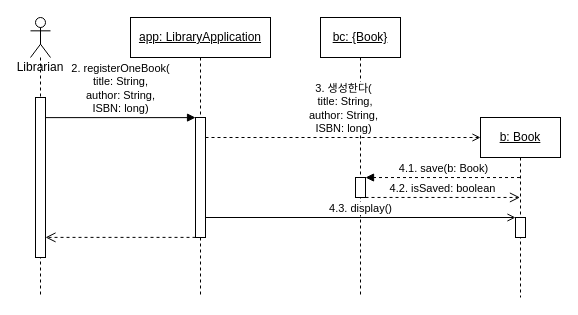
Above: UML/SD2 Register one book.drawio in Halozhan/2023-2-LibraryApplication (draw.io), before the change. Source tidied: cells renumbered, new cells numbered last; positions are measured from the earlier drawing's top-left corner, leaving out a move shared by most shapes. Both pictures are drawn from the tidied source at 100%, with x=0, y=0 at pixel (30, 17).
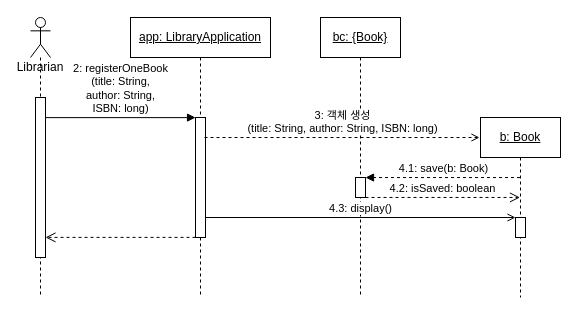
After the change.

The edit, as a diff of the source:
```diff
@@
 <mxGraphModel>
   <root>
     <mxCell id="0" />
     <mxCell id="1" parent="0" />
     <mxCell id="2" value="5. isRegistered: boolean" style="html=1;verticalAlign=bottom;endArrow=open;dashed=1;endSize=8;exitX=0.003;exitY=0.999;fontColor=#FFFFFF;exitDx=0;exitDy=0;exitPerimeter=0;" parent="1" edge="1" source="4" target="15">
       <mxGeometry relative="1" as="geometry" />
     </mxCell>
     <mxCell id="3" value="&lt;u&gt;app: LibraryApplication&lt;/u&gt;" style="shape=umlLifeline;perimeter=lifelinePerimeter;whiteSpace=wrap;html=1;" parent="1" vertex="1">
       <mxGeometry x="100" width="140" height="280" as="geometry" />
     </mxCell>
     <mxCell id="4" style="html=1;points=[];perimeter=orthogonalPerimeter;fontColor=#FFFFFF;" parent="3" vertex="1">
       <mxGeometry x="65" y="100" width="10" height="120" as="geometry" />
     </mxCell>
     <mxCell id="5" value="&lt;u&gt;bc: {Book}&lt;/u&gt;" style="shape=umlLifeline;perimeter=lifelinePerimeter;whiteSpace=wrap;html=1;" parent="1" vertex="1">
       <mxGeometry x="290" width="80" height="280" as="geometry" />
     </mxCell>
     <mxCell id="6" style="html=1;points=[];perimeter=orthogonalPerimeter;" parent="5" vertex="1">
       <mxGeometry x="35" y="160" width="10" height="20" as="geometry" />
     </mxCell>
-    <mxCell id="7" value="&lt;div&gt;2. registerOneBook(&lt;/div&gt;&lt;div&gt;title: String,&lt;/div&gt;&lt;div&gt;author: String,&lt;/div&gt;&lt;div&gt;ISBN: long)&lt;/div&gt;" style="html=1;verticalAlign=bottom;endArrow=block;entryX=0.003;entryY=0.001;entryDx=0;entryDy=0;entryPerimeter=0;" parent="1" edge="1" source="15" target="4">
+    <mxCell id="7" value="&lt;div&gt;2: registerOneBook&lt;br&gt;(title: String,&lt;/div&gt;&lt;div&gt;author: String,&lt;/div&gt;&lt;div&gt;ISBN: long)&lt;/div&gt;" style="html=1;verticalAlign=bottom;endArrow=block;entryX=0.003;entryY=0.001;entryDx=0;entryDy=0;entryPerimeter=0;" parent="1" edge="1" source="15" target="4">
       <mxGeometry relative="1" as="geometry" />
     </mxCell>
-    <mxCell id="8" value="&lt;div&gt;3. 생성한다(&lt;/div&gt;&lt;div&gt;&amp;nbsp;title: String,&lt;/div&gt;&lt;div&gt;author: String,&lt;/div&gt;&lt;div&gt;ISBN: long)&lt;/div&gt;" style="html=1;verticalAlign=bottom;endArrow=open;endFill=0;dashed=1;" parent="1" edge="1" source="4">
+    <mxCell id="8" value="&lt;div&gt;3: 객체 생성&lt;br&gt;(title: String, author: String, ISBN: long)&lt;/div&gt;" style="html=1;verticalAlign=bottom;endArrow=open;endFill=0;dashed=1;" parent="1" edge="1">
       <mxGeometry relative="1" as="geometry">
-        <mxPoint x="450" y="120" as="targetPoint" />
+        <mxPoint x="174" y="120" as="sourcePoint" />
+        <mxPoint x="449" y="120" as="targetPoint" />
       </mxGeometry>
     </mxCell>
-    <mxCell id="9" value="4.1. save(b: Book)" style="html=1;verticalAlign=bottom;endArrow=block;entryX=1.002;entryY=0.002;dashed=1;entryDx=0;entryDy=0;entryPerimeter=0;" parent="1" edge="1" source="12" target="6">
+    <mxCell id="9" value="4.1: save(b: Book)" style="html=1;verticalAlign=bottom;endArrow=block;entryX=1.002;entryY=0.002;dashed=1;entryDx=0;entryDy=0;entryPerimeter=0;" parent="1" edge="1" source="12" target="6">
       <mxGeometry relative="1" as="geometry" />
     </mxCell>
-    <mxCell id="10" value="4.2. isSaved: boolean" style="html=1;verticalAlign=bottom;endArrow=open;dashed=1;endSize=8;exitX=1.002;exitY=0.998;exitDx=0;exitDy=0;exitPerimeter=0;" parent="1" edge="1" source="6" target="12">
+    <mxCell id="10" value="4.2: isSaved: boolean" style="html=1;verticalAlign=bottom;endArrow=open;dashed=1;endSize=8;exitX=1.002;exitY=0.998;exitDx=0;exitDy=0;exitPerimeter=0;" parent="1" edge="1" source="6" target="12">
       <mxGeometry relative="1" as="geometry" />
     </mxCell>
-    <mxCell id="11" value="4.3. display()" style="html=1;verticalAlign=bottom;startArrow=none;endArrow=open;startSize=8;startFill=0;endFill=0;" parent="1" edge="1" source="4" target="13">
+    <mxCell id="11" value="4.3: display()" style="html=1;verticalAlign=bottom;startArrow=none;endArrow=open;startSize=8;startFill=0;endFill=0;" parent="1" edge="1" source="4" target="13">
       <mxGeometry relative="1" as="geometry" />
     </mxCell>
     <mxCell id="12" value="&lt;u&gt;b: Book&lt;/u&gt;" style="shape=umlLifeline;perimeter=lifelinePerimeter;whiteSpace=wrap;html=1;outlineConnect=0;portConstraint=eastwest;newEdgeStyle={&quot;curved&quot;:0,&quot;rounded&quot;:0};" parent="1" vertex="1">
       <mxGeometry x="450" y="100" width="80" height="180" as="geometry" />
     </mxCell>
     <mxCell id="13" style="html=1;points=[];perimeter=orthogonalPerimeter;" parent="1" vertex="1">
       <mxGeometry x="485" y="200" width="10" height="20" as="geometry" />
     </mxCell>
     <mxCell id="14" value="Librarian&lt;br&gt;" style="shape=umlLifeline;participant=umlActor;perimeter=lifelinePerimeter;whiteSpace=wrap;html=1;verticalAlign=top;spacingTop=36;" parent="1" vertex="1">
       <mxGeometry width="20" height="280" as="geometry" />
     </mxCell>
     <mxCell id="15" style="html=1;points=[];perimeter=orthogonalPerimeter;fontColor=#FFFFFF;" parent="14" vertex="1">
       <mxGeometry x="5" y="80" width="10" height="160" as="geometry" />
     </mxCell>
   </root>
 </mxGraphModel>
```
